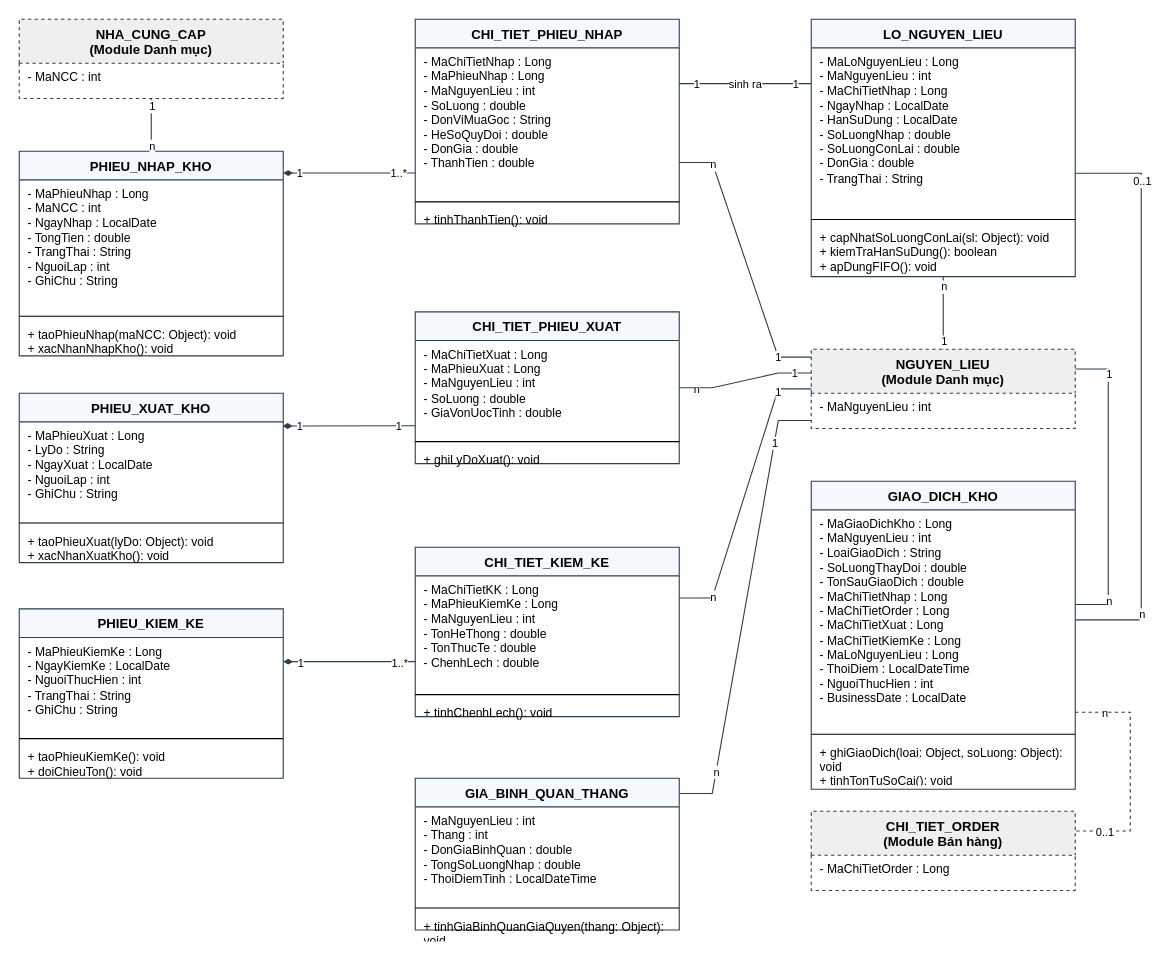
Before: page "Quan ly kho" (4 of 5) of docs/ClassDiagram_HeThongQuanLyNhaHang.drawio in nminhzzz/restaurant-management-ai, a draw.io diagram. Source tidied: cells renumbered, new cells numbered last; positions are measured from the earlier drawing's top-left corner, leaving out a move shared by most shapes. Both pictures are drawn from the tidied source at 110%, with x=0, y=0 at pixel (19, 19).
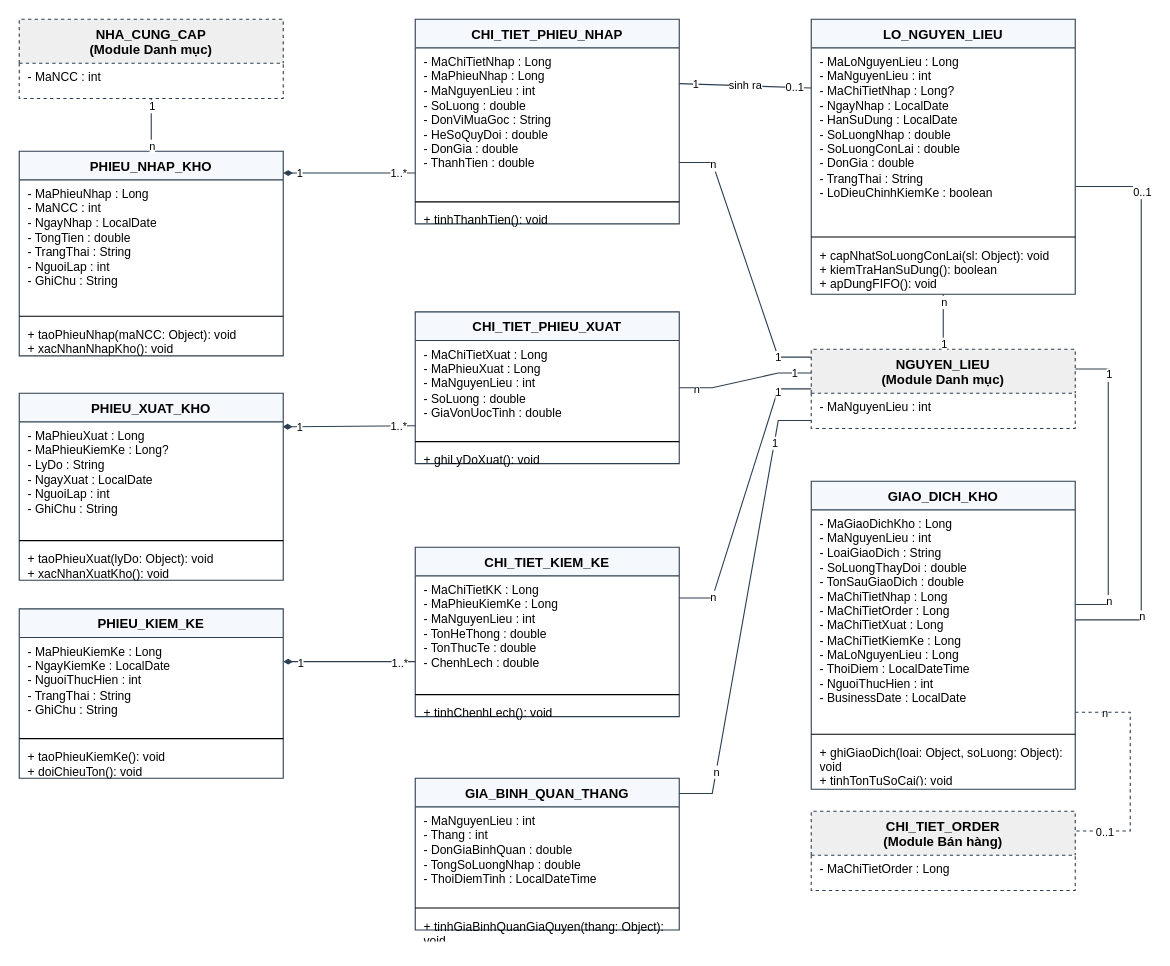
The same page after the edit.

Unchanged cells that the change refers to:
```xml
<mxCell id="37" value="- MaGiaoDichKho : Long&lt;br&gt;- MaNguyenLieu : int&lt;br&gt;- LoaiGiaoDich : String&lt;br&gt;- SoLuongThayDoi : double&lt;br&gt;- TonSauGiaoDich : double&lt;br&gt;- MaChiTietNhap : Long&lt;br&gt;- MaChiTietOrder : Long&lt;br&gt;- MaChiTietXuat : Long&lt;br&gt;- MaChiTietKiemKe : Long&lt;br&gt;- MaLoNguyenLieu : Long&lt;br&gt;- ThoiDiem : LocalDateTime&lt;br&gt;- NguoiThucHien : int&lt;div&gt;- BusinessDate : LocalDate&lt;/div&gt;" style="text;align=left;verticalAlign=top;spacingLeft=6;spacingRight=4;overflow=hidden;whiteSpace=wrap;html=1;fontSize=11;" parent="36" vertex="1">
  <mxGeometry y="26" width="240" height="200" as="geometry" />
</mxCell>
<mxCell id="53" value="sinh ra" style="fontSize=10;html=1;endArrow=none;startArrow=none;startFill=0;endFill=0;rounded=0;strokeColor=#2C3E50;entryX=0;entryY=0.25;entryDx=0;entryDy=0;" parent="1" edge="1" target="16">
  <mxGeometry relative="1" as="geometry">
    <mxPoint x="600" y="58.5" as="sourcePoint" />
  </mxGeometry>
</mxCell>
<mxCell id="59" style="fontSize=10;html=1;endArrow=none;startArrow=diamondThin;startFill=1;endFill=1;rounded=0;strokeColor=#2C3E50;exitX=0.998;exitY=0.043;exitDx=0;exitDy=0;entryX=0;entryY=0.75;entryDx=0;entryDy=0;exitPerimeter=0;" parent="1" edge="1" source="21" target="24">
  <mxGeometry relative="1" as="geometry" />
</mxCell>
```

The edit, as a diff of the source:
```diff
@@
     <mxCell id="16" value="LO_NGUYEN_LIEU" style="swimlane;fontStyle=1;align=center;verticalAlign=top;horizontal=1;startSize=26;whiteSpace=wrap;html=1;fillColor=#F5F8FC;strokeColor=#2C3E50;dashed=0;fontSize=12;" parent="1" vertex="1">
-      <mxGeometry x="720" width="240" height="234" as="geometry" />
+      <mxGeometry x="720" width="240" height="250" as="geometry" />
     </mxCell>
-    <mxCell id="17" value="- MaLoNguyenLieu : Long&lt;br&gt;- MaNguyenLieu : int&lt;br&gt;- MaChiTietNhap : Long&lt;br&gt;- NgayNhap : LocalDate&lt;br&gt;- HanSuDung : LocalDate&lt;br&gt;- SoLuongNhap : double&lt;br&gt;- SoLuongConLai : double&lt;br&gt;- DonGia : double&lt;br&gt;- TrangThai : String" style="text;align=left;verticalAlign=top;spacingLeft=6;spacingRight=4;overflow=hidden;whiteSpace=wrap;html=1;fontSize=11;" parent="16" vertex="1">
-      <mxGeometry y="26" width="240" height="152" as="geometry" />
+    <mxCell id="17" value="- MaLoNguyenLieu : Long&lt;br&gt;- MaNguyenLieu : int&lt;br&gt;- MaChiTietNhap : Long?&lt;br&gt;- NgayNhap : LocalDate&lt;br&gt;- HanSuDung : LocalDate&lt;br&gt;- SoLuongNhap : double&lt;br&gt;- SoLuongConLai : double&lt;br&gt;- DonGia : double&lt;br&gt;- TrangThai : String&lt;br&gt;- LoDieuChinhKiemKe : boolean" style="text;align=left;verticalAlign=top;spacingLeft=6;spacingRight=4;overflow=hidden;whiteSpace=wrap;html=1;fontSize=11;" parent="16" vertex="1">
+      <mxGeometry y="26" width="240" height="168" as="geometry" />
     </mxCell>
     <mxCell id="18" style="line;strokeWidth=1;fillColor=none;align=left;verticalAlign=middle;spacingTop=-1;spacingLeft=3;spacingRight=3;html=1;" parent="16" vertex="1">
-      <mxGeometry y="178" width="240" height="8" as="geometry" />
+      <mxGeometry y="194" width="240" height="8" as="geometry" />
     </mxCell>
     <mxCell id="19" value="+ capNhatSoLuongConLai(sl: Object): void&lt;br&gt;+ kiemTraHanSuDung(): boolean&lt;br&gt;+ apDungFIFO(): void" style="text;align=left;verticalAlign=top;spacingLeft=6;spacingRight=4;overflow=hidden;whiteSpace=wrap;html=1;fontSize=11;" parent="16" vertex="1">
-      <mxGeometry y="186" width="240" height="56" as="geometry" />
+      <mxGeometry y="202" width="240" height="56" as="geometry" />
     </mxCell>
     <mxCell id="20" value="PHIEU_XUAT_KHO" style="swimlane;fontStyle=1;align=center;verticalAlign=top;horizontal=1;startSize=26;whiteSpace=wrap;html=1;fillColor=#F5F8FC;strokeColor=#2C3E50;dashed=0;fontSize=12;" parent="1" vertex="1">
-      <mxGeometry y="340" width="240" height="154" as="geometry" />
+      <mxGeometry y="340" width="240" height="170" as="geometry" />
     </mxCell>
-    <mxCell id="21" value="- MaPhieuXuat : Long&lt;br&gt;- LyDo : String&lt;br&gt;- NgayXuat : LocalDate&lt;br&gt;- NguoiLap : int&lt;br&gt;- GhiChu : String" style="text;align=left;verticalAlign=top;spacingLeft=6;spacingRight=4;overflow=hidden;whiteSpace=wrap;html=1;fontSize=11;" parent="20" vertex="1">
-      <mxGeometry y="26" width="240" height="88" as="geometry" />
+    <mxCell id="21" value="- MaPhieuXuat : Long&lt;br&gt;- MaPhieuKiemKe : Long?&lt;br&gt;- LyDo : String&lt;br&gt;- NgayXuat : LocalDate&lt;br&gt;- NguoiLap : int&lt;br&gt;- GhiChu : String" style="text;align=left;verticalAlign=top;spacingLeft=6;spacingRight=4;overflow=hidden;whiteSpace=wrap;html=1;fontSize=11;" parent="20" vertex="1">
+      <mxGeometry y="26" width="240" height="104" as="geometry" />
     </mxCell>
     <mxCell id="22" style="line;strokeWidth=1;fillColor=none;align=left;verticalAlign=middle;spacingTop=-1;spacingLeft=3;spacingRight=3;html=1;" parent="20" vertex="1">
-      <mxGeometry y="114" width="240" height="8" as="geometry" />
+      <mxGeometry y="130" width="240" height="8" as="geometry" />
     </mxCell>
     <mxCell id="23" value="+ taoPhieuXuat(lyDo: Object): void&lt;br&gt;+ xacNhanXuatKho(): void" style="text;align=left;verticalAlign=top;spacingLeft=6;spacingRight=4;overflow=hidden;whiteSpace=wrap;html=1;fontSize=11;" parent="20" vertex="1">
-      <mxGeometry y="122" width="240" height="40" as="geometry" />
+      <mxGeometry y="138" width="240" height="40" as="geometry" />
     </mxCell>
@@
-    <mxCell id="55" value="1" style="edgeLabel;html=1;align=center;verticalAlign=middle;fontSize=10;" parent="53" vertex="1">
+    <mxCell id="55" value="0..1" style="edgeLabel;html=1;align=center;verticalAlign=middle;fontSize=10;" parent="53" vertex="1">
       <mxGeometry x="0.75" relative="1" as="geometry" />
     </mxCell>
@@
-    <mxCell id="61" value="1" style="edgeLabel;html=1;align=center;verticalAlign=middle;fontSize=10;" parent="59" vertex="1">
+    <mxCell id="61" value="1..*" style="edgeLabel;html=1;align=center;verticalAlign=middle;fontSize=10;" parent="59" vertex="1">
       <mxGeometry x="0.75" relative="1" as="geometry" />
     </mxCell>
@@
     <mxCell id="74" style="fontSize=10;html=1;endArrow=none;startArrow=none;startFill=0;endFill=0;rounded=0;strokeColor=#2C3E50;exitX=1;exitY=0.5;exitDx=0;exitDy=0;entryX=1;entryY=0.75;entryDx=0;entryDy=0;" parent="1" edge="1" source="37" target="17">
       <mxGeometry relative="1" as="geometry">
         <Array as="points">
           <mxPoint x="1020" y="546" />
-          <mxPoint x="1020" y="140" />
+          <mxPoint x="1020" y="152" />
         </Array>
       </mxGeometry>
     </mxCell>
```
